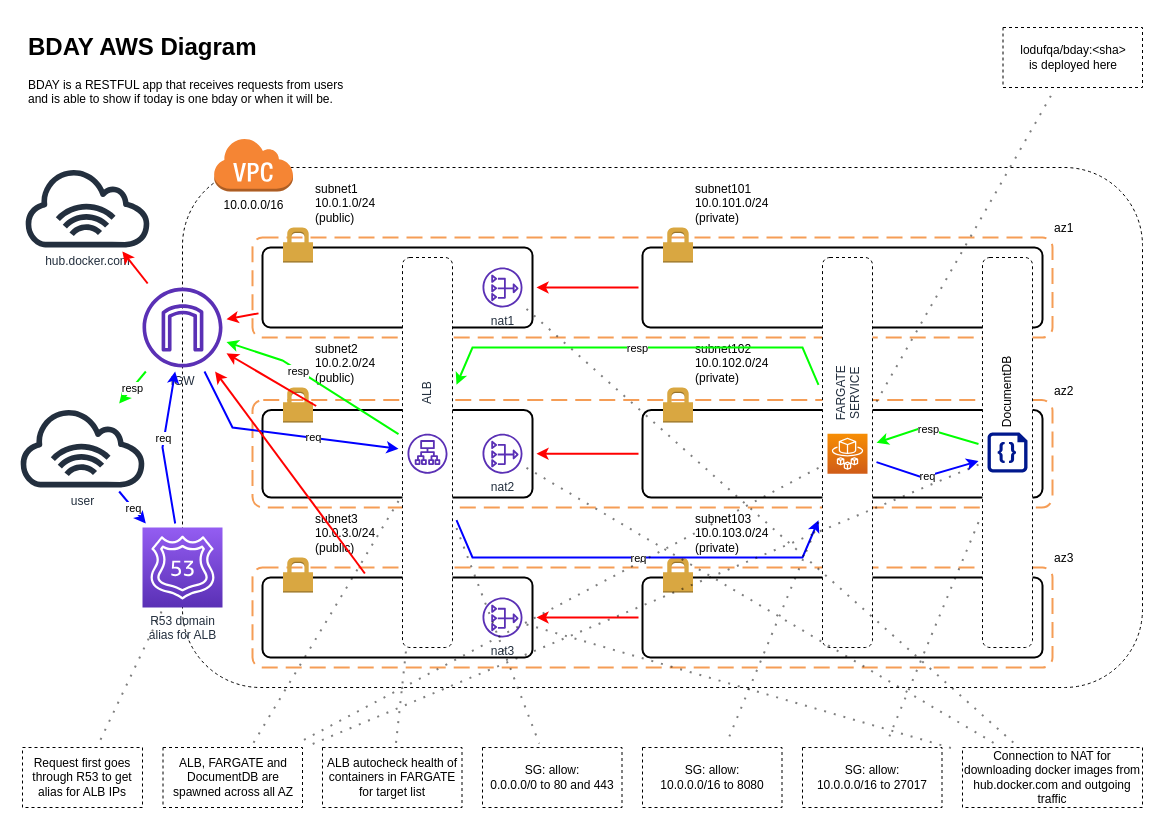
Before: docs/bday.drawio in aamkye/bday, a draw.io diagram. Source tidied: cells renumbered, new cells numbered last; positions are measured from the earlier drawing's top-left corner, leaving out a move shared by most shapes. Both pictures are drawn from the tidied source at 100%, with x=0, y=0 at pixel (17, 27).
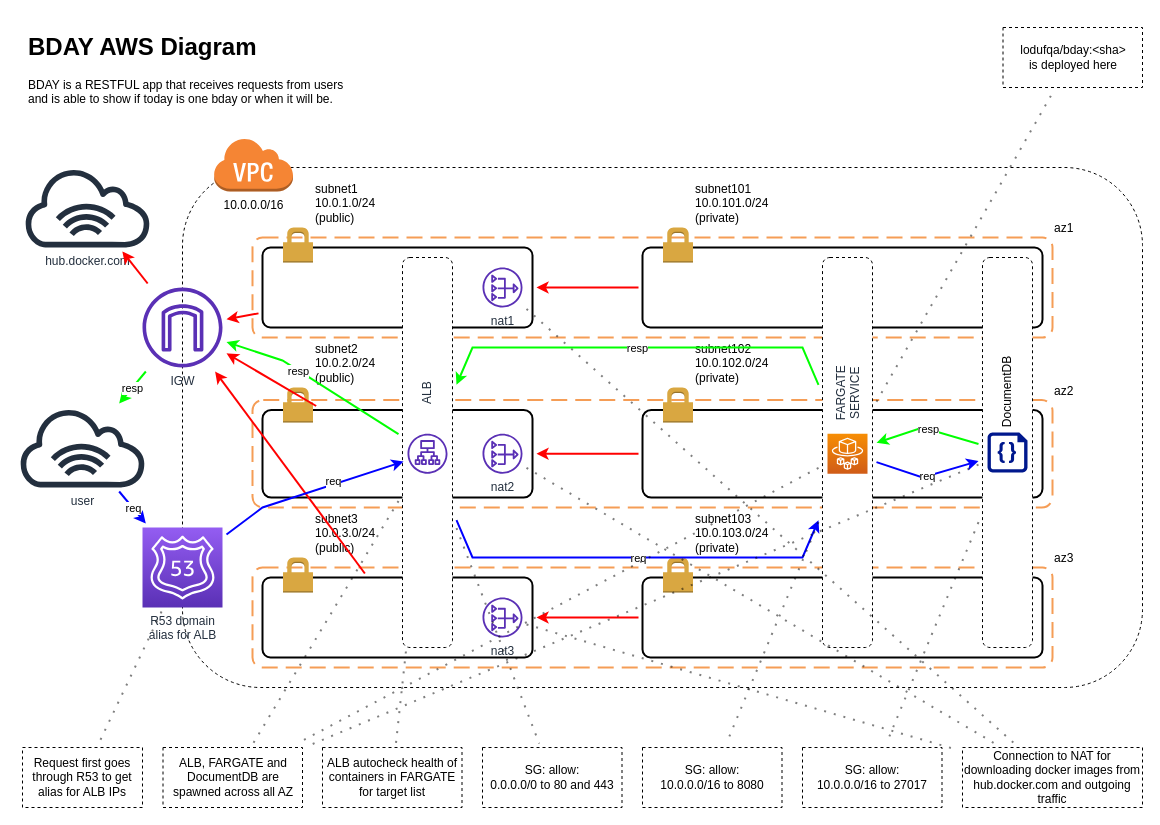
After the change.

The change refers to these unchanged cells:
```xml
<mxCell id="4" value="IGW" style="outlineConnect=0;fontColor=#232F3E;gradientColor=none;fillColor=#5A30B5;strokeColor=none;dashed=0;verticalLabelPosition=bottom;verticalAlign=top;align=center;html=1;fontSize=12;fontStyle=0;shape=mxgraph.aws4.internet_gateway;labelPosition=center;" parent="1" vertex="1">
  <mxGeometry x="125" y="260" width="80" height="80" as="geometry" />
</mxCell>
<mxCell id="17" style="rounded=1;whiteSpace=wrap;html=1;dashed=1;" parent="1" vertex="1">
  <mxGeometry x="385" y="230" width="50" height="390" as="geometry" />
</mxCell>
<mxCell id="18" value="ALB" style="outlineConnect=0;fontColor=#232F3E;gradientColor=none;fillColor=#5A30B5;strokeColor=none;dashed=0;verticalLabelPosition=bottom;verticalAlign=middle;align=center;html=1;fontSize=12;fontStyle=0;shape=mxgraph.aws4.application_load_balancer;horizontal=0;spacingLeft=40;labelPosition=center;" parent="1" vertex="1">
  <mxGeometry x="390" y="406.2" width="40" height="40" as="geometry" />
</mxCell>
<mxCell id="49" value="R53 domain &lt;br&gt;alias for ALB" style="points=[[0,0,0],[0.25,0,0],[0.5,0,0],[0.75,0,0],[1,0,0],[0,1,0],[0.25,1,0],[0.5,1,0],[0.75,1,0],[1,1,0],[0,0.25,0],[0,0.5,0],[0,0.75,0],[1,0.25,0],[1,0.5,0],[1,0.75,0]];outlineConnect=0;fontColor=#232F3E;gradientColor=#945DF2;gradientDirection=north;fillColor=#5A30B5;strokeColor=#ffffff;dashed=0;verticalLabelPosition=bottom;verticalAlign=top;align=center;html=1;fontSize=12;fontStyle=0;shape=mxgraph.aws4.resourceIcon;resIcon=mxgraph.aws4.route_53;" parent="1" vertex="1">
  <mxGeometry x="125" y="500" width="80" height="80" as="geometry" />
</mxCell>
```

The edit, as a diff of the source:
```diff
@@
-    <mxCell id="34" style="endArrow=classic;html=1;rounded=0;strokeWidth=2;targetPerimeterSpacing=4;sourcePerimeterSpacing=4;strokeColor=#0000FF;" parent="1" edge="1" source="4" target="17">
-      <mxGeometry relative="1" as="geometry">
-        <Array as="points">
-          <mxPoint x="215" y="400" />
-        </Array>
-      </mxGeometry>
-    </mxCell>
-    <mxCell id="35" value="req" style="edgeLabel;html=1;align=center;verticalAlign=middle;" parent="34" vertex="1">
-      <mxGeometry relative="1" as="geometry">
-        <mxPoint x="29" y="3" as="offset" />
-      </mxGeometry>
-    </mxCell>
@@
-    <mxCell id="76" style="endArrow=classic;html=1;rounded=0;strokeWidth=2;targetPerimeterSpacing=4;sourcePerimeterSpacing=4;strokeColor=#0000FF;" parent="1" edge="1" source="49" target="4">
+    <mxCell id="76" style="endArrow=classic;html=1;rounded=0;strokeWidth=2;targetPerimeterSpacing=4;sourcePerimeterSpacing=4;strokeColor=#0000FF;" parent="1" edge="1" source="49" target="18">
       <mxGeometry relative="1" as="geometry">
         <Array as="points">
-          <mxPoint x="145" y="420" />
+          <mxPoint x="245" y="480" />
         </Array>
       </mxGeometry>
     </mxCell>
     <mxCell id="77" value="req" style="edgeLabel;html=1;align=center;verticalAlign=middle;" parent="76" vertex="1">
       <mxGeometry relative="1" as="geometry">
-        <mxPoint x="1" y="-10" as="offset" />
+        <mxPoint x="21" y="-10" as="offset" />
       </mxGeometry>
     </mxCell>
```
